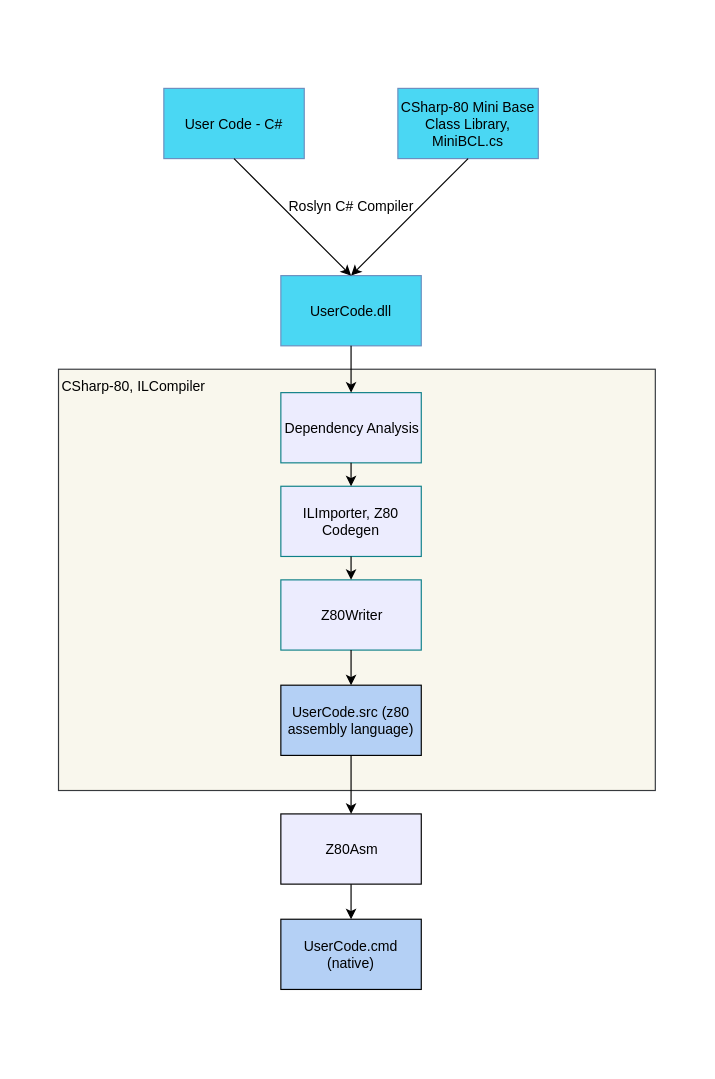
Above: Documentation/Images/Architecture.svg in drcjt/CSharp-80 (draw.io), before the change. Source tidied: cells renumbered, new cells last; positions are measured from the earlier drawing's top-left corner, leaving out a move shared by most shapes. The source it was exported from:
```xml
<mxGraphModel>
  <root>
    <mxCell id="0" />
    <mxCell id="1" parent="0" />
    <mxCell id="2" value="User Code - C#" style="rounded=0;whiteSpace=wrap;html=1;fillColor=#4AD7F3;strokeColor=#6c8ebf;" parent="1" vertex="1">
      <mxGeometry x="90" width="120" height="60" as="geometry" />
    </mxCell>
    <mxCell id="3" value="CSharp-80 Mini Base Class Library, MiniBCL.cs" style="rounded=0;whiteSpace=wrap;html=1;fillColor=#4AD7F3;strokeColor=#6c8ebf;" parent="1" vertex="1">
      <mxGeometry x="290" width="120" height="60" as="geometry" />
    </mxCell>
    <mxCell id="4" value="UserCode.dll" style="rounded=0;whiteSpace=wrap;html=1;fillColor=#4AD7F3;strokeColor=#6c8ebf;" parent="1" vertex="1">
      <mxGeometry x="190" y="160" width="120" height="60" as="geometry" />
    </mxCell>
    <mxCell id="5" style="endArrow=classic;html=1;exitX=0.5;exitY=1;exitDx=0;exitDy=0;entryX=0.5;entryY=0;entryDx=0;entryDy=0;" parent="1" edge="1" source="2" target="4">
      <mxGeometry relative="1" as="geometry" />
    </mxCell>
    <mxCell id="6" style="endArrow=classic;html=1;exitX=0.5;exitY=1;exitDx=0;exitDy=0;" parent="1" edge="1" source="3">
      <mxGeometry relative="1" as="geometry">
        <mxPoint x="250" y="160" as="targetPoint" />
      </mxGeometry>
    </mxCell>
    <mxCell id="7" value="Roslyn C# Compiler" style="text;html=1;align=center;verticalAlign=middle;fillColor=none;strokeColor=none;rounded=0;" parent="1" vertex="1">
      <mxGeometry x="190" y="90" width="120" height="20" as="geometry" />
    </mxCell>
    <mxCell id="8" value="CSharp-80, ILCompiler" style="rounded=0;whiteSpace=wrap;html=1;fillColor=#f9f7ed;strokeColor=#36393d;align=left;verticalAlign=top;" parent="1" vertex="1">
      <mxGeometry y="240" width="510" height="360" as="geometry" />
    </mxCell>
    <mxCell id="9" value="Dependency Analysis" style="rounded=0;whiteSpace=wrap;html=1;fillColor=#ECECFE;strokeColor=#0e8088;" parent="1" vertex="1">
      <mxGeometry x="190" y="260" width="120" height="60" as="geometry" />
    </mxCell>
    <mxCell id="10" value="ILImporter, Z80 Codegen" style="rounded=0;whiteSpace=wrap;html=1;fillColor=#ECECFE;strokeColor=#0e8088;" parent="1" vertex="1">
      <mxGeometry x="190" y="340" width="120" height="60" as="geometry" />
    </mxCell>
    <mxCell id="11" style="endArrow=classic;html=1;exitX=0.5;exitY=1;exitDx=0;exitDy=0;entryX=0.5;entryY=0;entryDx=0;entryDy=0;" parent="1" edge="1" source="4" target="9">
      <mxGeometry relative="1" as="geometry" />
    </mxCell>
    <mxCell id="12" style="endArrow=classic;html=1;exitX=0.5;exitY=1;exitDx=0;exitDy=0;entryX=0.5;entryY=0;entryDx=0;entryDy=0;" parent="1" edge="1" source="9" target="10">
      <mxGeometry relative="1" as="geometry" />
    </mxCell>
    <mxCell id="13" value="Z80Writer" style="rounded=0;whiteSpace=wrap;html=1;fillColor=#ECECFE;strokeColor=#0e8088;" parent="1" vertex="1">
      <mxGeometry x="190" y="420" width="120" height="60" as="geometry" />
    </mxCell>
    <mxCell id="14" style="endArrow=classic;html=1;exitX=0.5;exitY=1;exitDx=0;exitDy=0;entryX=0.5;entryY=0;entryDx=0;entryDy=0;" parent="1" edge="1" source="10" target="13">
      <mxGeometry relative="1" as="geometry" />
    </mxCell>
    <mxCell id="15" value="UserCode.src (z80 assembly language)" style="rounded=0;whiteSpace=wrap;html=1;fillColor=#B4D0F5;" parent="1" vertex="1">
      <mxGeometry x="190" y="510" width="120" height="60" as="geometry" />
    </mxCell>
    <mxCell id="16" style="endArrow=classic;html=1;exitX=0.5;exitY=1;exitDx=0;exitDy=0;entryX=0.5;entryY=0;entryDx=0;entryDy=0;" parent="1" edge="1" source="13" target="15">
      <mxGeometry relative="1" as="geometry" />
    </mxCell>
    <mxCell id="17" value="Z80Asm" style="rounded=0;whiteSpace=wrap;html=1;fillColor=#ECECFE;" parent="1" vertex="1">
      <mxGeometry x="190" y="620" width="120" height="60" as="geometry" />
    </mxCell>
    <mxCell id="18" value="UserCode.cmd (native)" style="rounded=0;whiteSpace=wrap;html=1;fillColor=#B4D0F5;" parent="1" vertex="1">
      <mxGeometry x="190" y="710" width="120" height="60" as="geometry" />
    </mxCell>
    <mxCell id="19" style="endArrow=classic;html=1;exitX=0.5;exitY=1;exitDx=0;exitDy=0;" parent="1" edge="1" source="15" target="17">
      <mxGeometry relative="1" as="geometry" />
    </mxCell>
    <mxCell id="20" style="endArrow=classic;html=1;exitX=0.5;exitY=1;exitDx=0;exitDy=0;" parent="1" edge="1" source="17" target="18">
      <mxGeometry relative="1" as="geometry" />
    </mxCell>
  </root>
</mxGraphModel>
```
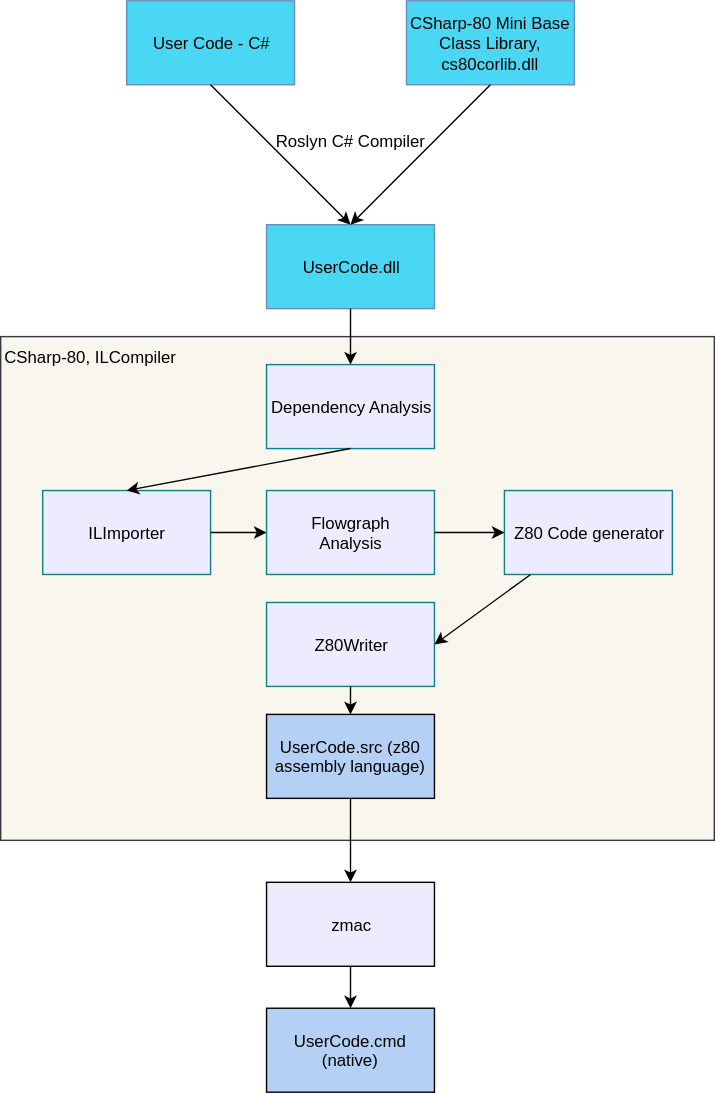
After the change.

Change to the diagram source:
```diff
@@ -5,7 +5,7 @@
     <mxCell id="2" value="User Code - C#" style="rounded=0;whiteSpace=wrap;html=1;fillColor=#4AD7F3;strokeColor=#6c8ebf;" parent="1" vertex="1">
       <mxGeometry x="90" width="120" height="60" as="geometry" />
     </mxCell>
-    <mxCell id="3" value="CSharp-80 Mini Base Class Library, MiniBCL.cs" style="rounded=0;whiteSpace=wrap;html=1;fillColor=#4AD7F3;strokeColor=#6c8ebf;" parent="1" vertex="1">
+    <mxCell id="3" value="CSharp-80 Mini Base Class Library, cs80corlib.dll" style="rounded=0;whiteSpace=wrap;html=1;fillColor=#4AD7F3;strokeColor=#6c8ebf;" parent="1" vertex="1">
       <mxGeometry x="290" width="120" height="60" as="geometry" />
     </mxCell>
     <mxCell id="4" value="UserCode.dll" style="rounded=0;whiteSpace=wrap;html=1;fillColor=#4AD7F3;strokeColor=#6c8ebf;" parent="1" vertex="1">
@@ -28,8 +28,8 @@
     <mxCell id="9" value="Dependency Analysis" style="rounded=0;whiteSpace=wrap;html=1;fillColor=#ECECFE;strokeColor=#0e8088;" parent="1" vertex="1">
       <mxGeometry x="190" y="260" width="120" height="60" as="geometry" />
     </mxCell>
-    <mxCell id="10" value="ILImporter, Z80 Codegen" style="rounded=0;whiteSpace=wrap;html=1;fillColor=#ECECFE;strokeColor=#0e8088;" parent="1" vertex="1">
-      <mxGeometry x="190" y="340" width="120" height="60" as="geometry" />
+    <mxCell id="10" value="ILImporter" style="rounded=0;whiteSpace=wrap;html=1;fillColor=#ECECFE;strokeColor=#0e8088;" parent="1" vertex="1">
+      <mxGeometry x="30" y="350" width="120" height="60" as="geometry" />
     </mxCell>
     <mxCell id="11" style="endArrow=classic;html=1;exitX=0.5;exitY=1;exitDx=0;exitDy=0;entryX=0.5;entryY=0;entryDx=0;entryDy=0;" parent="1" edge="1" source="4" target="9">
       <mxGeometry relative="1" as="geometry" />
@@ -38,9 +38,9 @@
       <mxGeometry relative="1" as="geometry" />
     </mxCell>
     <mxCell id="13" value="Z80Writer" style="rounded=0;whiteSpace=wrap;html=1;fillColor=#ECECFE;strokeColor=#0e8088;" parent="1" vertex="1">
-      <mxGeometry x="190" y="420" width="120" height="60" as="geometry" />
+      <mxGeometry x="190" y="430" width="120" height="60" as="geometry" />
     </mxCell>
-    <mxCell id="14" style="endArrow=classic;html=1;exitX=0.5;exitY=1;exitDx=0;exitDy=0;entryX=0.5;entryY=0;entryDx=0;entryDy=0;" parent="1" edge="1" source="10" target="13">
+    <mxCell id="14" style="endArrow=classic;html=1;exitX=1;exitY=0.5;exitDx=0;exitDy=0;" parent="1" edge="1" source="10" target="21">
       <mxGeometry relative="1" as="geometry" />
     </mxCell>
     <mxCell id="15" value="UserCode.src (z80 assembly language)" style="rounded=0;whiteSpace=wrap;html=1;fillColor=#B4D0F5;" parent="1" vertex="1">
@@ -49,11 +49,11 @@
     <mxCell id="16" style="endArrow=classic;html=1;exitX=0.5;exitY=1;exitDx=0;exitDy=0;entryX=0.5;entryY=0;entryDx=0;entryDy=0;" parent="1" edge="1" source="13" target="15">
       <mxGeometry relative="1" as="geometry" />
     </mxCell>
-    <mxCell id="17" value="Z80Asm" style="rounded=0;whiteSpace=wrap;html=1;fillColor=#ECECFE;" parent="1" vertex="1">
-      <mxGeometry x="190" y="620" width="120" height="60" as="geometry" />
+    <mxCell id="17" value="zmac" style="rounded=0;whiteSpace=wrap;html=1;fillColor=#ECECFE;" parent="1" vertex="1">
+      <mxGeometry x="190" y="630" width="120" height="60" as="geometry" />
     </mxCell>
     <mxCell id="18" value="UserCode.cmd (native)" style="rounded=0;whiteSpace=wrap;html=1;fillColor=#B4D0F5;" parent="1" vertex="1">
-      <mxGeometry x="190" y="710" width="120" height="60" as="geometry" />
+      <mxGeometry x="190" y="720" width="120" height="60" as="geometry" />
     </mxCell>
     <mxCell id="19" style="endArrow=classic;html=1;exitX=0.5;exitY=1;exitDx=0;exitDy=0;" parent="1" edge="1" source="15" target="17">
       <mxGeometry relative="1" as="geometry" />
@@ -61,5 +61,17 @@
     <mxCell id="20" style="endArrow=classic;html=1;exitX=0.5;exitY=1;exitDx=0;exitDy=0;" parent="1" edge="1" source="17" target="18">
       <mxGeometry relative="1" as="geometry" />
     </mxCell>
+    <mxCell id="21" value="Flowgraph&lt;br&gt;Analysis" style="rounded=0;whiteSpace=wrap;html=1;fillColor=#ECECFE;strokeColor=#0e8088;" parent="1" vertex="1">
+      <mxGeometry x="190" y="350" width="120" height="60" as="geometry" />
+    </mxCell>
+    <mxCell id="22" value="Z80 Code generator" style="rounded=0;whiteSpace=wrap;html=1;fillColor=#ECECFE;strokeColor=#0e8088;" parent="1" vertex="1">
+      <mxGeometry x="360" y="350" width="120" height="60" as="geometry" />
+    </mxCell>
+    <mxCell id="23" style="endArrow=classic;html=1;" parent="1" edge="1" source="21" target="22">
+      <mxGeometry relative="1" as="geometry" />
+    </mxCell>
+    <mxCell id="24" style="endArrow=classic;html=1;entryX=1;entryY=0.5;entryDx=0;entryDy=0;" parent="1" edge="1" source="22" target="13">
+      <mxGeometry relative="1" as="geometry" />
+    </mxCell>
   </root>
 </mxGraphModel>
```
